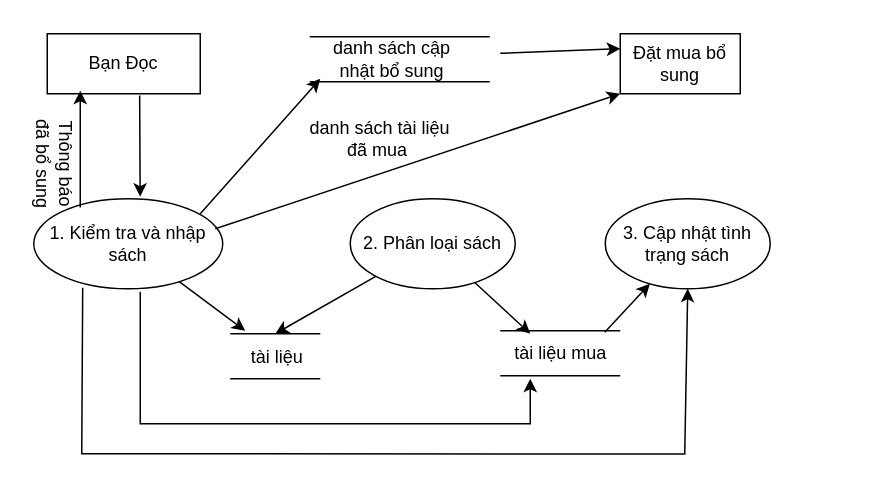
Before: page "sơ đồ mức dưới đỉnh quản lí sách" (5 of 9) of Đồ án nhóm 1.drawio in Nguyenquynh235/DoAnNhom1, a draw.io diagram. Source tidied: cells renumbered, new cells numbered last; positions are measured from the earlier drawing's top-left corner, leaving out a move shared by most shapes. Both pictures are drawn from the tidied source at 150%, with x=0, y=0 at pixel (-3, 33).
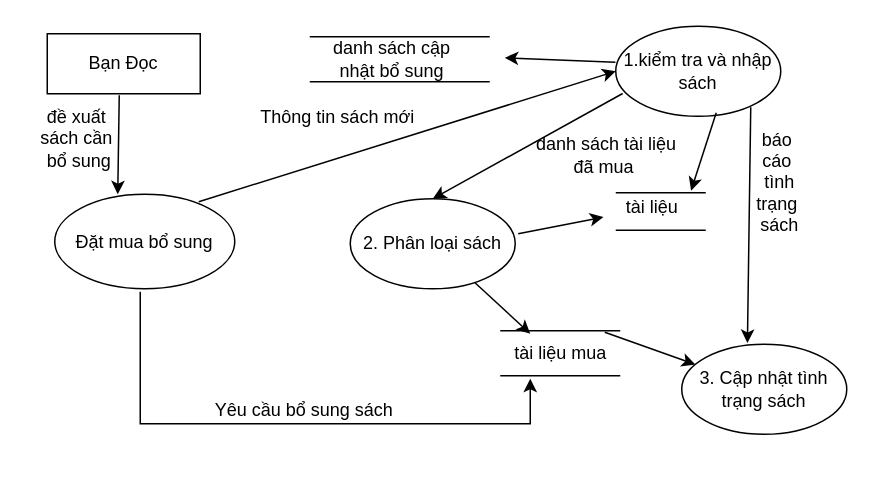
After the change.

Unchanged cells that the change refers to:
```xml
<mxCell id="3" value="Bạn Đọc" style="rounded=0;whiteSpace=wrap;html=1;" parent="1" vertex="1">
  <mxGeometry x="33" width="102" height="40" as="geometry" />
</mxCell>
<mxCell id="10" value="2. Phân loại sách" style="ellipse;whiteSpace=wrap;html=1;" parent="1" vertex="1">
  <mxGeometry x="235" y="110" width="110" height="60" as="geometry" />
</mxCell>
```

The edit, as a diff of the source:
```diff
@@
-    <mxCell id="4" value="&lt;font style=&quot;font-size: 12px;&quot; face=&quot;Helvetica&quot;&gt;1. Kiểm tra và nhập sách&lt;/font&gt;" style="ellipse;whiteSpace=wrap;html=1;" parent="1" vertex="1">
-      <mxGeometry x="24" y="110" width="126" height="60" as="geometry" />
-    </mxCell>
-    <mxCell id="5" style="endArrow=classic;html=1;rounded=0;exitX=0.604;exitY=1.03;exitDx=0;exitDy=0;exitPerimeter=0;entryX=0.563;entryY=-0.023;entryDx=0;entryDy=0;entryPerimeter=0;" parent="1" edge="1" source="3" target="4">
-      <mxGeometry relative="1" as="geometry" />
+    <mxCell id="5" style="endArrow=classic;html=1;rounded=0;entryX=0.468;entryY=0.017;entryDx=0;entryDy=0;entryPerimeter=0;" parent="1" edge="1">
+      <mxGeometry relative="1" as="geometry">
+        <mxPoint x="81" y="41" as="sourcePoint" />
+        <mxPoint x="80" y="107" as="targetPoint" />
+      </mxGeometry>
     </mxCell>
@@
-    <mxCell id="9" value="Đặt mua bổ sung" style="rounded=0;whiteSpace=wrap;html=1;" parent="1" vertex="1">
-      <mxGeometry x="415" width="80" height="40" as="geometry" />
-    </mxCell>
@@
     <mxCell id="11" value="3. Cập nhật tình trạng sách" style="ellipse;whiteSpace=wrap;html=1;" parent="1" vertex="1">
-      <mxGeometry x="405" y="110" width="110" height="60" as="geometry" />
+      <mxGeometry x="456" y="207" width="110" height="60" as="geometry" />
     </mxCell>
-    <mxCell id="12" style="endArrow=classic;html=1;rounded=0;" parent="1" edge="1">
-      <mxGeometry relative="1" as="geometry">
-        <mxPoint x="135" y="120" as="sourcePoint" />
-        <mxPoint x="215" y="30" as="targetPoint" />
-      </mxGeometry>
-    </mxCell>
-    <mxCell id="13" style="endArrow=classic;html=1;rounded=0;entryX=0;entryY=1;entryDx=0;entryDy=0;" parent="1" edge="1" target="9">
-      <mxGeometry relative="1" as="geometry">
-        <mxPoint x="145" y="130" as="sourcePoint" />
-      </mxGeometry>
-    </mxCell>
     <mxCell id="14" value="danh sách tài liệu đã mua&amp;nbsp;" style="text;html=1;align=center;verticalAlign=middle;whiteSpace=wrap;rounded=0;strokeColor=none;" parent="1" vertex="1">
-      <mxGeometry x="205" y="50" width="100" height="40" as="geometry" />
+      <mxGeometry x="356" y="61" width="100" height="40" as="geometry" />
     </mxCell>
     <mxCell id="15" style="endArrow=none;html=1;rounded=0;" parent="1" edge="1">
       <mxGeometry relative="1" as="geometry">
-        <mxPoint x="215" y="200" as="sourcePoint" />
-        <mxPoint x="155" y="200" as="targetPoint" />
+        <mxPoint x="472" y="106" as="sourcePoint" />
+        <mxPoint x="412" y="106" as="targetPoint" />
       </mxGeometry>
     </mxCell>
     <mxCell id="16" style="endArrow=none;html=1;rounded=0;" parent="1" edge="1">
       <mxGeometry relative="1" as="geometry">
-        <mxPoint x="215" y="230" as="sourcePoint" />
-        <mxPoint x="155" y="230" as="targetPoint" />
+        <mxPoint x="472" y="131" as="sourcePoint" />
+        <mxPoint x="412" y="131" as="targetPoint" />
       </mxGeometry>
     </mxCell>
     <mxCell id="17" value="tài liệu" style="text;html=1;align=center;verticalAlign=middle;points=[];strokeColor=none;fillColor=none;" parent="1" vertex="1">
-      <mxGeometry x="156" y="201" width="60" height="30" as="geometry" />
+      <mxGeometry x="406" y="101" width="60" height="30" as="geometry" />
     </mxCell>
@@
-    <mxCell id="21" style="endArrow=classic;html=1;rounded=0;" parent="1" edge="1" source="4">
-      <mxGeometry relative="1" as="geometry">
-        <mxPoint x="165" y="198" as="targetPoint" />
-      </mxGeometry>
-    </mxCell>
-    <mxCell id="22" style="endArrow=classic;html=1;rounded=0;" parent="1" edge="1" source="10">
-      <mxGeometry relative="1" as="geometry">
-        <mxPoint x="185" y="200" as="targetPoint" />
-      </mxGeometry>
-    </mxCell>
@@
-    <mxCell id="26" style="endArrow=classic;html=1;rounded=0;entryX=0.5;entryY=1;entryDx=0;entryDy=0;exitX=0.259;exitY=0.99;exitDx=0;exitDy=0;exitPerimeter=0;" parent="1" edge="1" source="4" target="11">
-      <mxGeometry relative="1" as="geometry">
-        <Array as="points">
-          <mxPoint x="56" y="280" />
-          <mxPoint x="458" y="280.2" />
-        </Array>
-      </mxGeometry>
-    </mxCell>
-    <mxCell id="27" style="endArrow=classic;html=1;rounded=0;entryX=0;entryY=0.25;entryDx=0;entryDy=0;" parent="1" edge="1" target="9">
-      <mxGeometry relative="1" as="geometry">
-        <mxPoint x="335" y="13" as="sourcePoint" />
-      </mxGeometry>
-    </mxCell>
-    <mxCell id="28" style="endArrow=classic;html=1;rounded=0;entryX=0.188;entryY=0.99;entryDx=0;entryDy=0;entryPerimeter=0;exitX=0.879;exitY=-0.067;exitDx=0;exitDy=0;exitPerimeter=0;" parent="1" edge="1" source="29">
-      <mxGeometry relative="1" as="geometry">
-        <mxPoint x="55" y="38" as="targetPoint" />
-      </mxGeometry>
-    </mxCell>
-    <mxCell id="29" value="Thông báo đã bổ sung" style="text;html=1;align=center;verticalAlign=middle;whiteSpace=wrap;rounded=0;rotation=90;" parent="1" vertex="1">
-      <mxGeometry y="72" width="76" height="30" as="geometry" />
-    </mxCell>
+    <mxCell id="30" value="1.kiểm tra và nhập sách" style="ellipse;whiteSpace=wrap;html=1;" parent="1" vertex="1">
+      <mxGeometry x="412" y="-5" width="110" height="60" as="geometry" />
+    </mxCell>
+    <mxCell id="31" value="đề xuất&amp;nbsp;&lt;div&gt;sách cần&amp;nbsp;&lt;/div&gt;&lt;div&gt;bổ sung&lt;/div&gt;" style="text;html=1;align=center;verticalAlign=middle;strokeColor=none;fillColor=none;" parent="1" vertex="1">
+      <mxGeometry x="19" y="42.5" width="69" height="55" as="geometry" />
+    </mxCell>
+    <mxCell id="32" style="endArrow=classic;html=1;rounded=0;entryX=0.5;entryY=0;entryDx=0;entryDy=0;exitX=0.042;exitY=0.747;exitDx=0;exitDy=0;exitPerimeter=0;" parent="1" edge="1" source="30" target="10">
+      <mxGeometry relative="1" as="geometry" />
+    </mxCell>
+    <mxCell id="33" style="endArrow=classic;html=1;rounded=0;exitX=-0.002;exitY=0.4;exitDx=0;exitDy=0;exitPerimeter=0;" parent="1" edge="1" source="30">
+      <mxGeometry relative="1" as="geometry">
+        <mxPoint x="338" y="16" as="targetPoint" />
+      </mxGeometry>
+    </mxCell>
+    <mxCell id="34" style="endArrow=classic;html=1;rounded=0;entryX=-0.037;entryY=0.707;entryDx=0;entryDy=0;entryPerimeter=0;exitX=1.018;exitY=0.39;exitDx=0;exitDy=0;exitPerimeter=0;" parent="1" edge="1" source="10" target="17">
+      <mxGeometry relative="1" as="geometry" />
+    </mxCell>
+    <mxCell id="35" style="endArrow=classic;html=1;rounded=0;exitX=0.609;exitY=0.96;exitDx=0;exitDy=0;exitPerimeter=0;entryX=0.937;entryY=0.12;entryDx=0;entryDy=0;entryPerimeter=0;" parent="1" edge="1" source="30" target="17">
+      <mxGeometry relative="1" as="geometry" />
+    </mxCell>
+    <mxCell id="36" style="endArrow=classic;html=1;rounded=0;entryX=0.398;entryY=-0.013;entryDx=0;entryDy=0;entryPerimeter=0;" parent="1" edge="1" target="11">
+      <mxGeometry relative="1" as="geometry">
+        <mxPoint x="502" y="49" as="sourcePoint" />
+      </mxGeometry>
+    </mxCell>
+    <mxCell id="37" style="endArrow=classic;html=1;rounded=0;entryX=0;entryY=0.5;entryDx=0;entryDy=0;" parent="1" edge="1" target="30">
+      <mxGeometry relative="1" as="geometry">
+        <mxPoint x="134" y="112" as="sourcePoint" />
+      </mxGeometry>
+    </mxCell>
+    <mxCell id="38" value="Thông tin sách mới&amp;nbsp;" style="text;html=1;align=center;verticalAlign=middle;strokeColor=none;fillColor=none;" parent="1" vertex="1">
+      <mxGeometry x="166" y="42.5" width="124" height="26" as="geometry" />
+    </mxCell>
+    <mxCell id="39" value="báo&amp;nbsp;&lt;div&gt;cáo&amp;nbsp;&lt;/div&gt;&lt;div&gt;tình&lt;/div&gt;&lt;div&gt;trạng&amp;nbsp;&lt;/div&gt;&lt;div&gt;sách&lt;/div&gt;" style="text;html=1;align=center;verticalAlign=middle;strokeColor=none;fillColor=none;" parent="1" vertex="1">
+      <mxGeometry x="496" y="57" width="49" height="84" as="geometry" />
+    </mxCell>
+    <mxCell id="40" value="Yêu cầu bổ sung sách" style="text;html=1;align=center;verticalAlign=middle;strokeColor=none;fillColor=none;" parent="1" vertex="1">
+      <mxGeometry x="135" y="238" width="137" height="26" as="geometry" />
+    </mxCell>
+    <mxCell id="9" value="Đặt mua bổ sung" style="ellipse;whiteSpace=wrap;html=1;" parent="1" vertex="1">
+      <mxGeometry x="38" y="107" width="120" height="63" as="geometry" />
+    </mxCell>
```
